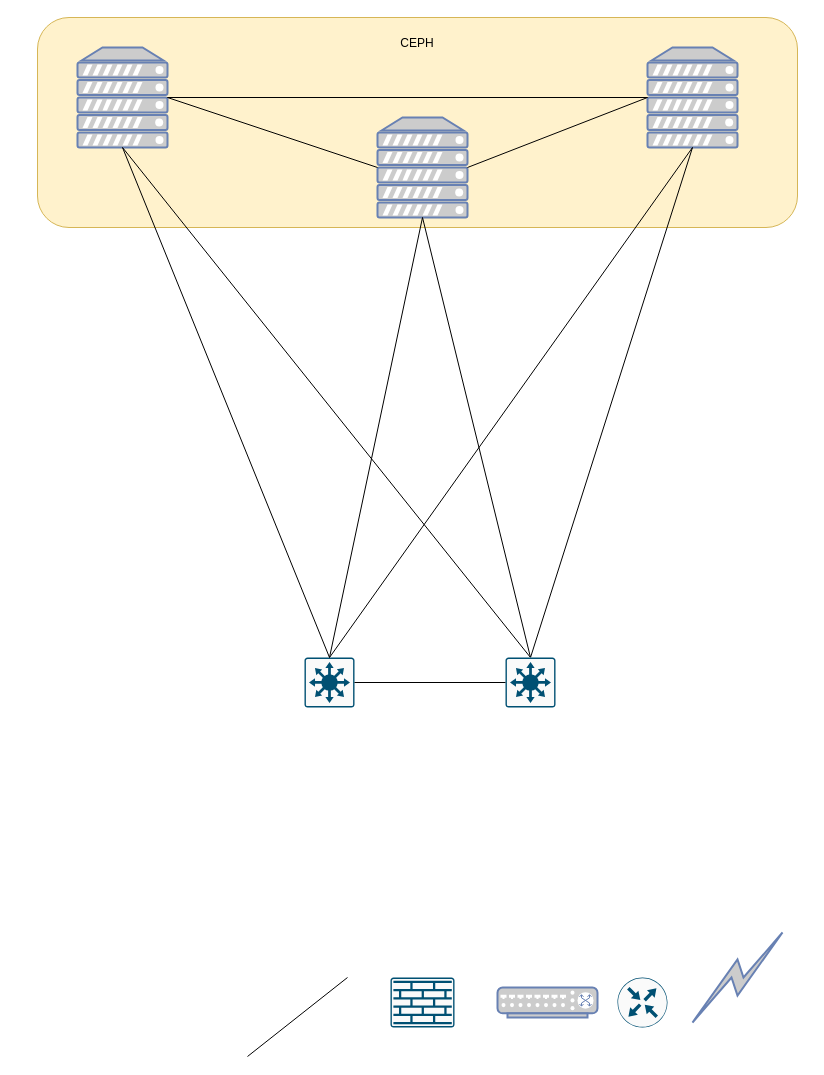
Above: Untitled Diagram.drawio in takkinen/it.utu.fi (draw.io), before the change. Source tidied: cells renumbered, new cells numbered last; positions are measured from the earlier drawing's top-left corner, leaving out a move shared by most shapes. Both pictures are drawn from the tidied source at 100%, with x=0, y=0 at pixel (37, 17).
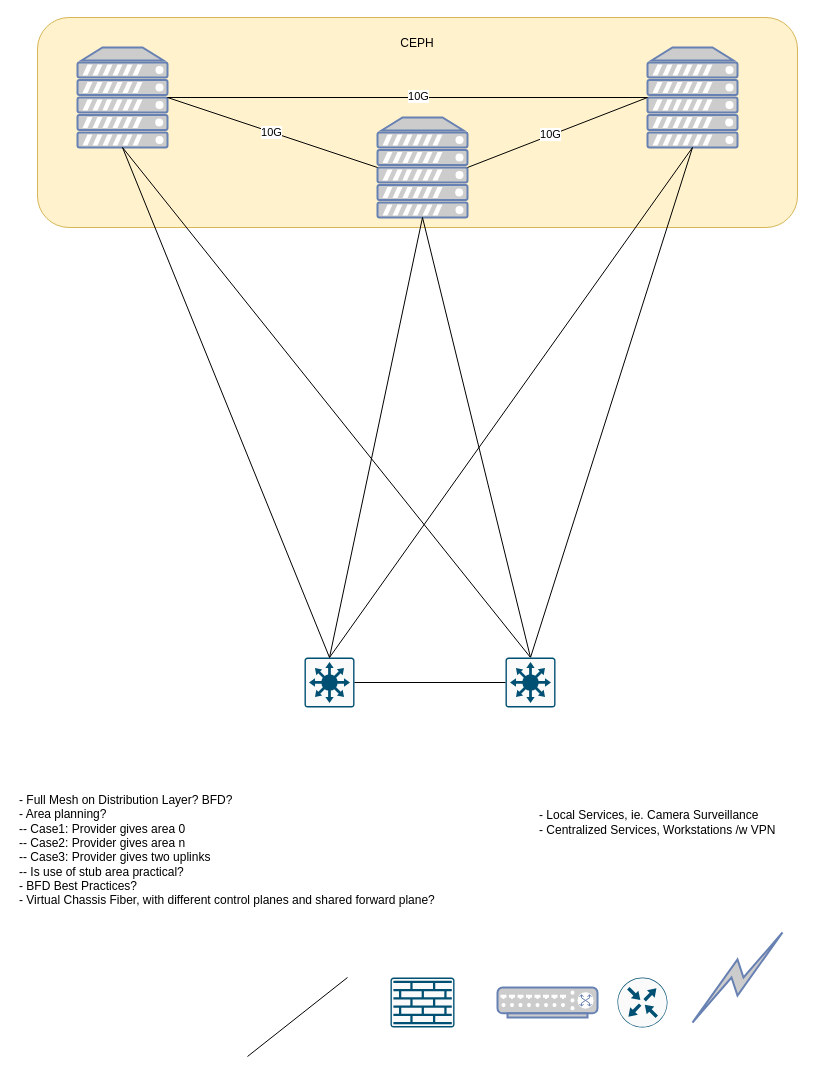
Above is the later version.

Unchanged cells that the change refers to:
```xml
<mxCell id="10" style="endArrow=none;html=1;rounded=0;exitX=0;exitY=0.5;exitDx=0;exitDy=0;exitPerimeter=0;entryX=1;entryY=0.5;entryDx=0;entryDy=0;entryPerimeter=0;" parent="1" edge="1" source="8" target="7">
  <mxGeometry relative="1" as="geometry" />
</mxCell>
<mxCell id="11" style="endArrow=none;html=1;rounded=0;exitX=0;exitY=0.5;exitDx=0;exitDy=0;exitPerimeter=0;entryX=1;entryY=0.5;entryDx=0;entryDy=0;entryPerimeter=0;" parent="1" edge="1" source="8" target="6">
  <mxGeometry relative="1" as="geometry" />
</mxCell>
<mxCell id="12" style="endArrow=none;html=1;rounded=0;exitX=0;exitY=0.5;exitDx=0;exitDy=0;exitPerimeter=0;entryX=1;entryY=0.5;entryDx=0;entryDy=0;entryPerimeter=0;" parent="1" edge="1" source="7" target="6">
  <mxGeometry relative="1" as="geometry" />
</mxCell>
```

Diff of the diagram source:
```diff
@@
+    <mxCell id="23" value="10G" style="edgeLabel;html=1;align=center;verticalAlign=middle;" parent="10" vertex="1">
+      <mxGeometry x="0.08" y="-1" relative="1" as="geometry" />
+    </mxCell>
@@
+    <mxCell id="24" value="10G" style="edgeLabel;html=1;align=center;verticalAlign=middle;" parent="11" vertex="1">
+      <mxGeometry x="-0.04" y="-2" relative="1" as="geometry" />
+    </mxCell>
@@
+    <mxCell id="25" value="10G" style="edgeLabel;html=1;align=center;verticalAlign=middle;" parent="12" vertex="1">
+      <mxGeometry x="0.01" relative="1" as="geometry" />
+    </mxCell>
@@
+    <mxCell id="26" value="&lt;div&gt;- Full Mesh on Distribution Layer? BFD?&lt;br&gt;&lt;/div&gt;&lt;div&gt;- Area planning?&lt;/div&gt;&lt;div&gt;-- Case1: Provider gives area 0&lt;/div&gt;&lt;div&gt;-- Case2: Provider gives area n&lt;/div&gt;&lt;div&gt;-- Case3: Provider gives two uplinks&lt;/div&gt;&lt;div&gt;-- Is use of stub area practical?&lt;br&gt;&lt;/div&gt;&lt;div&gt;- BFD Best Practices?&lt;/div&gt;&lt;div&gt;- Virtual Chassis Fiber, with different control planes and shared forward plane?&lt;br&gt;&lt;/div&gt;&lt;div&gt;&lt;br&gt;&lt;/div&gt;" style="text;strokeColor=none;align=left;fillColor=none;html=1;verticalAlign=middle;whiteSpace=wrap;rounded=0;" parent="1" vertex="1">
+      <mxGeometry x="-20" y="720" width="430" height="240" as="geometry" />
+    </mxCell>
+    <mxCell id="27" value="&lt;div align=&quot;left&quot;&gt;- Local Services, ie. Camera Surveillance&lt;/div&gt;&lt;div align=&quot;left&quot;&gt;- Centralized Services, Workstations /w VPN&lt;br&gt;&lt;/div&gt;" style="text;strokeColor=none;align=left;fillColor=none;html=1;verticalAlign=middle;whiteSpace=wrap;rounded=0;" parent="1" vertex="1">
+      <mxGeometry x="500" y="740" width="250" height="130" as="geometry" />
+    </mxCell>
```
